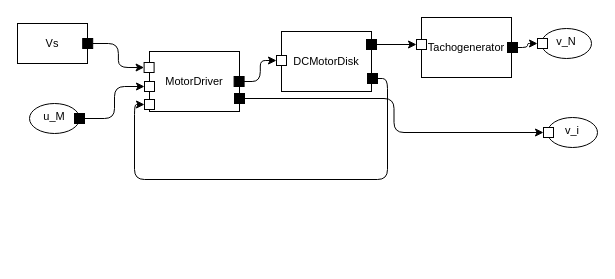
JuliaMBD/JuliaMBD.jl keeps this draw.io diagram as page "PlantModel" (4 of 12) of examples/mbd2.drawio. Above is the earlier version. Source tidied: cells renumbered, new cells numbered last; positions are measured from the earlier drawing's top-left corner, leaving out a move shared by most shapes. Both pictures are drawn from the tidied source at 100%, with x=0, y=0 at pixel (17, 17).
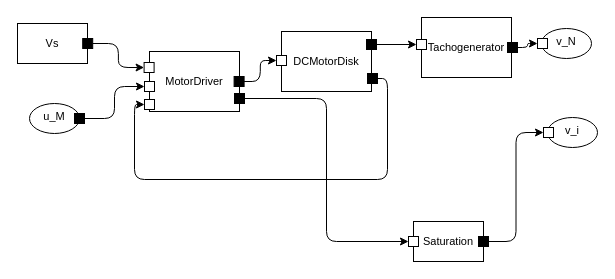
The same page after the edit.

The change refers to these unchanged cells:
```xml
<mxCell id="11" value="&lt;p style=&quot;line-height: 100%;&quot;&gt;&lt;br&gt;&lt;/p&gt;" style="whiteSpace=wrap;html=1;snapToPoint=1;points=[[1,0.5,0,0,0]];noLabel=0;overflow=visible;fillColor=#000000;" parent="6" vertex="1">
  <mxGeometry x="85" y="42" width="10" height="10" as="geometry" />
</mxCell>
<mxCell id="22" value="&lt;p style=&quot;line-height: 100%;&quot;&gt;&lt;br&gt;&lt;/p&gt;" style="whiteSpace=wrap;html=1;snapToPoint=1;points=[[0,0.5,0,0,0]];noLabel=0;overflow=visible;direction=east;" parent="21" vertex="1">
  <mxGeometry x="-4" y="10" width="10" height="10" as="geometry" />
</mxCell>
```

Diff of the diagram source:
```diff
@@
-    <mxCell id="28" style="edgeStyle=orthogonalEdgeStyle;html=1;exitX=1;exitY=0.5;exitDx=0;exitDy=0;exitPerimeter=0;entryX=0;entryY=0.5;entryDx=0;entryDy=0;entryPerimeter=0;" parent="1" edge="1" source="11" target="22">
+    <mxCell id="28" style="edgeStyle=orthogonalEdgeStyle;html=1;exitX=1;exitY=0.5;exitDx=0;exitDy=0;exitPerimeter=0;entryX=0;entryY=0.5;entryDx=0;entryDy=0;entryPerimeter=0;" parent="1" edge="1" source="11" target="31">
       <mxGeometry relative="1" as="geometry" />
     </mxCell>
@@
+    <mxCell id="30" value="Saturation" style="rounded=0;whiteSpace=wrap;html=1;fontSize=11;" parent="1" vertex="1">
+      <mxGeometry x="396" y="204" width="70" height="40" as="geometry" />
+    </mxCell>
+    <mxCell id="31" value="&lt;p style=&quot;line-height: 100%;&quot;&gt;&lt;br&gt;&lt;/p&gt;" style="whiteSpace=wrap;html=1;snapToPoint=1;points=[[0,0.5,0,0,0]];noLabel=0;overflow=visible;direction=east;" parent="30" vertex="1">
+      <mxGeometry x="-5" y="15" width="10" height="10" as="geometry" />
+    </mxCell>
+    <mxCell id="32" value="&lt;p style=&quot;line-height: 100%;&quot;&gt;&lt;br&gt;&lt;/p&gt;" style="whiteSpace=wrap;html=1;snapToPoint=1;points=[[1,0.5,0,0,0]];noLabel=0;overflow=visible;fillColor=#000000;" parent="30" vertex="1">
+      <mxGeometry x="65" y="15" width="10" height="10" as="geometry" />
+    </mxCell>
+    <mxCell id="33" style="edgeStyle=orthogonalEdgeStyle;html=1;exitX=1;exitY=0.5;exitDx=0;exitDy=0;exitPerimeter=0;entryX=0;entryY=0.5;entryDx=0;entryDy=0;entryPerimeter=0;" parent="1" edge="1" source="32" target="22">
+      <mxGeometry relative="1" as="geometry" />
+    </mxCell>
```
